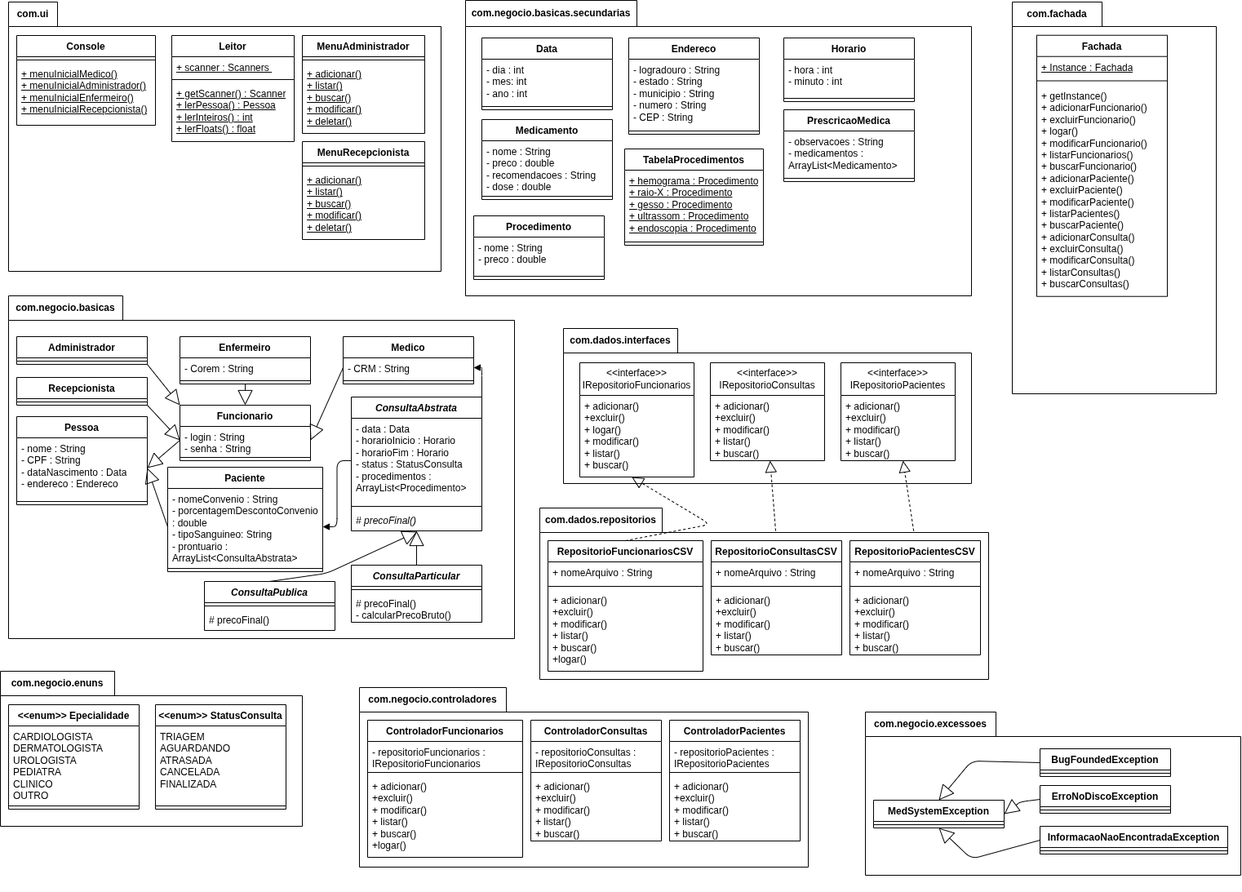
Earlier version of the draw.io export DiagramaUML.drawio.png (maxwilliamfs/MedSystem). Source tidied: cells renumbered, new cells last; positions are measured from the earlier drawing's top-left corner, leaving out a move shared by most shapes.
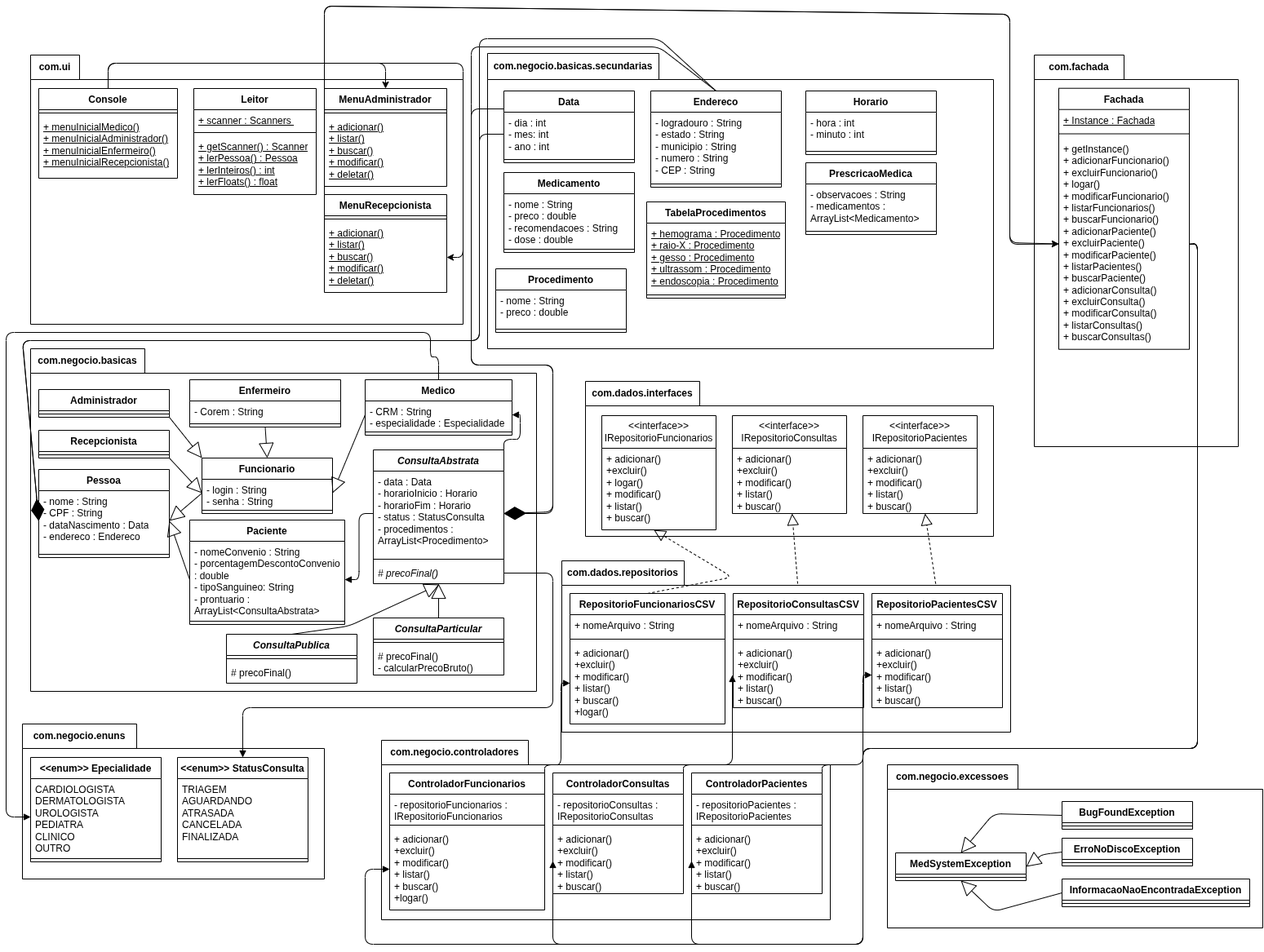
Later version of the same file.

Change to the diagram source:
```diff
@@ -185,22 +185,22 @@
       <mxGeometry y="60" width="160" height="8" as="geometry" />
     </mxCell>
     <mxCell id="60" value="Medico" style="swimlane;fontStyle=1;align=center;verticalAlign=top;horizontal=1;startSize=26;whiteSpace=wrap;html=1;" parent="45" vertex="1">
-      <mxGeometry x="420" width="160" height="58" as="geometry" />
+      <mxGeometry x="420" y="-12" width="180" height="68" as="geometry" />
     </mxCell>
-    <mxCell id="61" value="- CRM : String" style="text;strokeColor=none;fillColor=none;align=left;verticalAlign=top;spacingLeft=4;spacingRight=4;overflow=hidden;points=[[0,0.5],[1,0.5]];portConstraint=eastwest;whiteSpace=wrap;html=1;" parent="60" vertex="1">
-      <mxGeometry y="26" width="160" height="24" as="geometry" />
+    <mxCell id="61" value="&lt;div&gt;&lt;span style=&quot;color: rgb(0, 0, 0);&quot;&gt;- CRM : String&lt;/span&gt;&lt;/div&gt;&lt;span style=&quot;color: rgb(0, 0, 0);&quot;&gt;- especialidade : Especialidade&lt;/span&gt;" style="text;strokeColor=none;fillColor=none;align=left;verticalAlign=top;spacingLeft=4;spacingRight=4;overflow=hidden;points=[[0,0.5],[1,0.5]];portConstraint=eastwest;whiteSpace=wrap;html=1;" parent="60" vertex="1">
+      <mxGeometry y="26" width="180" height="34" as="geometry" />
     </mxCell>
     <mxCell id="62" style="line;strokeWidth=1;fillColor=none;align=left;verticalAlign=middle;spacingTop=-1;spacingLeft=3;spacingRight=3;labelPosition=right;strokeColor=inherit;" parent="60" vertex="1">
-      <mxGeometry y="50" width="160" height="8" as="geometry" />
+      <mxGeometry y="60" width="180" height="8" as="geometry" />
     </mxCell>
     <mxCell id="63" value="Enfermeiro" style="swimlane;fontStyle=1;align=center;verticalAlign=top;horizontal=1;startSize=26;whiteSpace=wrap;html=1;" parent="45" vertex="1">
-      <mxGeometry x="220" width="160" height="58" as="geometry" />
+      <mxGeometry x="205" y="-12" width="185" height="58" as="geometry" />
     </mxCell>
-    <mxCell id="64" value="- Corem : String" style="text;strokeColor=none;fillColor=none;align=left;verticalAlign=top;spacingLeft=4;spacingRight=4;overflow=hidden;whiteSpace=wrap;html=1;" parent="63" vertex="1">
-      <mxGeometry y="26" width="160" height="24" as="geometry" />
+    <mxCell id="64" value="&lt;font style=&quot;color: rgb(0, 0, 0);&quot;&gt;- Corem : String&lt;/font&gt;&lt;div&gt;&lt;br&gt;&lt;/div&gt;" style="text;strokeColor=none;fillColor=none;align=left;verticalAlign=top;spacingLeft=4;spacingRight=4;overflow=hidden;whiteSpace=wrap;html=1;" parent="63" vertex="1">
+      <mxGeometry y="26" width="185" height="24" as="geometry" />
     </mxCell>
     <mxCell id="65" style="line;strokeWidth=1;fillColor=none;align=left;verticalAlign=middle;spacingTop=-1;spacingLeft=3;spacingRight=3;labelPosition=right;strokeColor=inherit;" parent="63" vertex="1">
-      <mxGeometry y="50" width="160" height="8" as="geometry" />
+      <mxGeometry y="50" width="185" height="8" as="geometry" />
     </mxCell>
     <mxCell id="66" value="&lt;i&gt;&lt;font style=&quot;color: rgb(0, 0, 0);&quot;&gt;ConsultaAbstrata&lt;/font&gt;&lt;/i&gt;" style="swimlane;fontStyle=1;align=center;verticalAlign=top;horizontal=1;startSize=26;whiteSpace=wrap;html=1;" parent="45" vertex="1">
       <mxGeometry x="430" y="74" width="160" height="164" as="geometry" />
@@ -404,7 +404,7 @@
     <mxCell id="127" style="line;strokeWidth=1;fillColor=none;align=left;verticalAlign=middle;spacingTop=-1;spacingLeft=3;spacingRight=3;labelPosition=right;strokeColor=inherit;" parent="126" vertex="1">
       <mxGeometry y="26" width="230" height="8" as="geometry" />
     </mxCell>
-    <mxCell id="128" value="BugFoundedException" style="swimlane;fontStyle=1;align=center;verticalAlign=top;horizontal=1;startSize=26;whiteSpace=wrap;html=1;" parent="119" vertex="1">
+    <mxCell id="128" value="BugFoundException" style="swimlane;fontStyle=1;align=center;verticalAlign=top;horizontal=1;startSize=26;whiteSpace=wrap;html=1;" parent="119" vertex="1">
       <mxGeometry x="214" y="45" width="160" height="34" as="geometry" />
     </mxCell>
     <mxCell id="129" style="line;strokeWidth=1;fillColor=none;align=left;verticalAlign=middle;spacingTop=-1;spacingLeft=3;spacingRight=3;labelPosition=right;strokeColor=inherit;" parent="128" vertex="1">
@@ -463,6 +463,23 @@
     <mxCell id="142" value="&lt;font style=&quot;color: rgb(0, 0, 0);&quot;&gt;&lt;u&gt;+ adicionar()&lt;/u&gt;&lt;/font&gt;&lt;div&gt;&lt;font style=&quot;color: rgb(0, 0, 0);&quot;&gt;&lt;u&gt;+ listar()&lt;/u&gt;&lt;/font&gt;&lt;/div&gt;&lt;div&gt;&lt;font style=&quot;color: rgb(0, 0, 0);&quot;&gt;&lt;u&gt;+ buscar()&lt;/u&gt;&lt;/font&gt;&lt;/div&gt;&lt;div&gt;&lt;font style=&quot;color: rgb(0, 0, 0);&quot;&gt;&lt;u&gt;+ modificar()&lt;/u&gt;&lt;/font&gt;&lt;/div&gt;&lt;div&gt;&lt;font style=&quot;color: rgb(0, 0, 0);&quot;&gt;&lt;u&gt;+ deletar()&lt;/u&gt;&lt;/font&gt;&lt;/div&gt;&lt;div&gt;&lt;font style=&quot;color: rgb(0, 0, 0);&quot;&gt;&lt;u&gt;&lt;br&gt;&lt;/u&gt;&lt;/font&gt;&lt;/div&gt;&lt;div&gt;&lt;font style=&quot;color: rgb(0, 0, 0);&quot;&gt;&lt;u&gt;&lt;br&gt;&lt;/u&gt;&lt;/font&gt;&lt;/div&gt;&lt;div&gt;&lt;br&gt;&lt;/div&gt;" style="text;strokeColor=none;fillColor=none;align=left;verticalAlign=top;spacingLeft=4;spacingRight=4;overflow=hidden;whiteSpace=wrap;html=1;" parent="140" vertex="1">
       <mxGeometry y="34" width="150" height="86" as="geometry" />
     </mxCell>
+    <mxCell id="156" style="edgeStyle=none;html=1;exitX=0.5;exitY=0;exitDx=0;exitDy=0;entryX=0.5;entryY=0;entryDx=0;entryDy=0;" parent="133" edge="1" source="143" target="140">
+      <mxGeometry relative="1" as="geometry">
+        <Array as="points">
+          <mxPoint x="95" y="10" />
+          <mxPoint x="435" y="10" />
+        </Array>
+      </mxGeometry>
+    </mxCell>
+    <mxCell id="157" style="edgeStyle=none;html=1;exitX=0.5;exitY=0;exitDx=0;exitDy=0;entryX=1;entryY=0.5;entryDx=0;entryDy=0;" parent="133" edge="1" source="143" target="148">
+      <mxGeometry relative="1" as="geometry">
+        <Array as="points">
+          <mxPoint x="95" y="10" />
+          <mxPoint x="530" y="10" />
+          <mxPoint x="530" y="248" />
+        </Array>
+      </mxGeometry>
+    </mxCell>
     <mxCell id="143" value="Console" style="swimlane;fontStyle=1;align=center;verticalAlign=top;horizontal=1;startSize=26;whiteSpace=wrap;html=1;" parent="133" vertex="1">
       <mxGeometry x="10" y="41" width="170" height="110" as="geometry" />
     </mxCell>
@@ -504,5 +521,147 @@
     <mxCell id="155" value="&lt;div&gt;&lt;font style=&quot;color: rgb(0, 0, 0);&quot;&gt;+ getInstance()&lt;/font&gt;&lt;/div&gt;&lt;font style=&quot;color: rgb(0, 0, 0);&quot;&gt;+ adicionarFuncionario()&lt;/font&gt;&lt;div&gt;&lt;font style=&quot;color: rgb(0, 0, 0);&quot;&gt;+ excluirFuncionario()&lt;/font&gt;&lt;/div&gt;&lt;div&gt;&lt;font style=&quot;color: rgb(0, 0, 0);&quot;&gt;+ logar()&lt;/font&gt;&lt;/div&gt;&lt;div&gt;&lt;font style=&quot;color: rgb(0, 0, 0);&quot;&gt;+ modificarFuncionario()&lt;/font&gt;&lt;/div&gt;&lt;div&gt;&lt;font style=&quot;color: rgb(0, 0, 0);&quot;&gt;+ listarFuncionarios()&lt;/font&gt;&lt;/div&gt;&lt;div&gt;&lt;font style=&quot;color: rgb(0, 0, 0);&quot;&gt;+ buscarFuncionario()&lt;/font&gt;&lt;/div&gt;&lt;div&gt;&lt;font&gt;&lt;font style=&quot;color: rgb(0, 0, 0);&quot;&gt;+ adicionarPaciente()&lt;/font&gt;&lt;div style=&quot;scrollbar-color: rgb(226, 226, 226) rgb(251, 251, 251);&quot;&gt;&lt;font style=&quot;scrollbar-color: rgb(226, 226, 226) rgb(251, 251, 251); color: rgb(0, 0, 0);&quot;&gt;+ excluirPaciente()&lt;/font&gt;&lt;/div&gt;&lt;div style=&quot;scrollbar-color: rgb(226, 226, 226) rgb(251, 251, 251);&quot;&gt;&lt;font style=&quot;scrollbar-color: rgb(226, 226, 226) rgb(251, 251, 251); color: rgb(0, 0, 0);&quot;&gt;+ modificarPaciente()&lt;/font&gt;&lt;/div&gt;&lt;div style=&quot;scrollbar-color: rgb(226, 226, 226) rgb(251, 251, 251);&quot;&gt;&lt;font style=&quot;scrollbar-color: rgb(226, 226, 226) rgb(251, 251, 251); color: rgb(0, 0, 0);&quot;&gt;+ listarPacientes()&lt;/font&gt;&lt;/div&gt;&lt;div style=&quot;scrollbar-color: rgb(226, 226, 226) rgb(251, 251, 251);&quot;&gt;&lt;font style=&quot;scrollbar-color: rgb(226, 226, 226) rgb(251, 251, 251); color: rgb(0, 0, 0);&quot;&gt;+ buscarPaciente()&lt;/font&gt;&lt;/div&gt;&lt;div style=&quot;scrollbar-color: rgb(226, 226, 226) rgb(251, 251, 251);&quot;&gt;&lt;font style=&quot;scrollbar-color: rgb(226, 226, 226) rgb(251, 251, 251);&quot;&gt;&lt;font style=&quot;color: rgb(0, 0, 0);&quot;&gt;+ adicionarConsulta()&lt;/font&gt;&lt;div style=&quot;scrollbar-color: rgb(226, 226, 226) rgb(251, 251, 251);&quot;&gt;&lt;font style=&quot;scrollbar-color: rgb(226, 226, 226) rgb(251, 251, 251); color: rgb(0, 0, 0);&quot;&gt;+ excluirConsulta()&lt;/font&gt;&lt;/div&gt;&lt;div style=&quot;scrollbar-color: rgb(226, 226, 226) rgb(251, 251, 251);&quot;&gt;&lt;font style=&quot;scrollbar-color: rgb(226, 226, 226) rgb(251, 251, 251); color: rgb(0, 0, 0);&quot;&gt;+ modificarConsulta()&lt;/font&gt;&lt;/div&gt;&lt;div style=&quot;scrollbar-color: rgb(226, 226, 226) rgb(251, 251, 251);&quot;&gt;&lt;font style=&quot;scrollbar-color: rgb(226, 226, 226) rgb(251, 251, 251); color: rgb(0, 0, 0);&quot;&gt;+ listarConsultas()&lt;/font&gt;&lt;/div&gt;&lt;div style=&quot;scrollbar-color: rgb(226, 226, 226) rgb(251, 251, 251);&quot;&gt;&lt;font style=&quot;scrollbar-color: rgb(226, 226, 226) rgb(251, 251, 251); color: rgb(0, 0, 0);&quot;&gt;+ buscarConsultas()&lt;/font&gt;&lt;/div&gt;&lt;/font&gt;&lt;div style=&quot;color: light-dark(rgb(0, 0, 0), rgb(237, 237, 237)); scrollbar-color: rgb(226, 226, 226) rgb(251, 251, 251);&quot;&gt;&lt;br style=&quot;scrollbar-color: rgb(226, 226, 226) rgb(251, 251, 251);&quot;&gt;&lt;/div&gt;&lt;/div&gt;&lt;/font&gt;&lt;div&gt;&lt;br&gt;&lt;/div&gt;&lt;/div&gt;" style="text;strokeColor=none;fillColor=none;align=left;verticalAlign=top;spacingLeft=4;spacingRight=4;overflow=hidden;points=[[0,0.5],[1,0.5]];portConstraint=eastwest;whiteSpace=wrap;html=1;" parent="152" vertex="1">
       <mxGeometry y="61.6" width="160" height="258.4" as="geometry" />
     </mxCell>
+    <mxCell id="158" style="endArrow=diamondThin;endFill=1;endSize=24;html=1;entryX=0;entryY=0.5;entryDx=0;entryDy=0;exitX=0;exitY=0.5;exitDx=0;exitDy=0;" parent="1" edge="1" source="6" target="48">
+      <mxGeometry relative="1" as="geometry">
+        <Array as="points">
+          <mxPoint x="560" y="99" />
+          <mxPoint x="560" y="352" />
+          <mxPoint y="352" />
+        </Array>
+      </mxGeometry>
+    </mxCell>
+    <mxCell id="159" style="endArrow=diamondThin;endFill=1;endSize=24;html=1;entryX=0;entryY=0.5;entryDx=0;entryDy=0;exitX=0.5;exitY=0;exitDx=0;exitDy=0;" parent="1" edge="1" source="8" target="48">
+      <mxGeometry relative="1" as="geometry">
+        <Array as="points">
+          <mxPoint x="780" y="-18" />
+          <mxPoint x="560" y="-18" />
+          <mxPoint x="560" y="352" />
+          <mxPoint y="352" />
+        </Array>
+      </mxGeometry>
+    </mxCell>
+    <mxCell id="160" style="endArrow=diamondThin;endFill=1;endSize=24;html=1;entryX=1;entryY=0.5;entryDx=0;entryDy=0;exitX=0;exitY=0.25;exitDx=0;exitDy=0;" parent="1" edge="1" source="5" target="67">
+      <mxGeometry relative="1" as="geometry">
+        <Array as="points">
+          <mxPoint x="550" y="68" />
+          <mxPoint x="550" y="382" />
+          <mxPoint x="650" y="382" />
+          <mxPoint x="650" y="564" />
+        </Array>
+      </mxGeometry>
+    </mxCell>
+    <mxCell id="161" style="endArrow=diamondThin;endFill=1;endSize=24;html=1;entryX=1;entryY=0.5;entryDx=0;entryDy=0;exitX=0.5;exitY=0;exitDx=0;exitDy=0;" parent="1" edge="1" source="8" target="67">
+      <mxGeometry relative="1" as="geometry">
+        <Array as="points">
+          <mxPoint x="780" y="-8" />
+          <mxPoint x="550" y="-8" />
+          <mxPoint x="550" y="72" />
+          <mxPoint x="550" y="382" />
+          <mxPoint x="650" y="382" />
+          <mxPoint x="650" y="562" />
+        </Array>
+      </mxGeometry>
+    </mxCell>
+    <mxCell id="162" style="endArrow=block;endFill=1;html=1;edgeStyle=orthogonalEdgeStyle;align=left;verticalAlign=top;exitX=1;exitY=0.5;exitDx=0;exitDy=0;entryX=0.5;entryY=0;entryDx=0;entryDy=0;" parent="1" edge="1" source="69" target="31">
+      <mxGeometry x="-1" relative="1" as="geometry">
+        <Array as="points">
+          <mxPoint x="650" y="637" />
+          <mxPoint x="650" y="802" />
+          <mxPoint x="270" y="802" />
+        </Array>
+      </mxGeometry>
+    </mxCell>
+    <mxCell id="163" style="endArrow=block;endFill=1;html=1;edgeStyle=orthogonalEdgeStyle;align=left;verticalAlign=top;entryX=0;entryY=0.5;entryDx=0;entryDy=0;exitX=0.5;exitY=0;exitDx=0;exitDy=0;" parent="1" edge="1" source="60" target="29">
+      <mxGeometry x="-1" relative="1" as="geometry">
+        <Array as="points">
+          <mxPoint x="510" y="372" />
+          <mxPoint x="500" y="372" />
+          <mxPoint x="500" y="342" />
+          <mxPoint x="-20" y="342" />
+          <mxPoint x="-20" y="936" />
+        </Array>
+      </mxGeometry>
+    </mxCell>
+    <mxCell id="164" style="endArrow=block;endFill=1;html=1;edgeStyle=orthogonalEdgeStyle;align=left;verticalAlign=top;exitX=1;exitY=0.5;exitDx=0;exitDy=0;entryX=0;entryY=0.5;entryDx=0;entryDy=0;" parent="1" edge="1" source="155" target="118">
+      <mxGeometry x="-1" relative="1" as="geometry">
+        <Array as="points">
+          <mxPoint x="1440" y="233" />
+          <mxPoint x="1440" y="852" />
+          <mxPoint x="1030" y="852" />
+          <mxPoint x="1030" y="1092" />
+          <mxPoint x="420" y="1092" />
+          <mxPoint x="420" y="1000" />
+        </Array>
+      </mxGeometry>
+    </mxCell>
+    <mxCell id="165" style="endArrow=block;endFill=1;html=1;edgeStyle=orthogonalEdgeStyle;align=left;verticalAlign=top;exitX=1;exitY=0.5;exitDx=0;exitDy=0;entryX=0;entryY=0.5;entryDx=0;entryDy=0;" parent="1" edge="1" target="114">
+      <mxGeometry x="-1" relative="1" as="geometry">
+        <mxPoint x="1430" y="234" as="sourcePoint" />
+        <Array as="points">
+          <mxPoint x="1440" y="233" />
+          <mxPoint x="1440" y="852" />
+          <mxPoint x="1030" y="852" />
+          <mxPoint x="1030" y="1092" />
+          <mxPoint x="650" y="1092" />
+        </Array>
+      </mxGeometry>
+    </mxCell>
+    <mxCell id="166" style="endArrow=block;endFill=1;html=1;edgeStyle=orthogonalEdgeStyle;align=left;verticalAlign=top;exitX=1;exitY=0.5;exitDx=0;exitDy=0;entryX=0;entryY=0.5;entryDx=0;entryDy=0;" parent="1" edge="1" target="110">
+      <mxGeometry x="-1" relative="1" as="geometry">
+        <mxPoint x="1430" y="234" as="sourcePoint" />
+        <Array as="points">
+          <mxPoint x="1440" y="233" />
+          <mxPoint x="1440" y="852" />
+          <mxPoint x="1030" y="852" />
+          <mxPoint x="1030" y="1092" />
+          <mxPoint x="820" y="1092" />
+        </Array>
+      </mxGeometry>
+    </mxCell>
+    <mxCell id="167" style="endArrow=block;endFill=1;html=1;edgeStyle=orthogonalEdgeStyle;align=left;verticalAlign=top;exitX=1;exitY=0;exitDx=0;exitDy=0;entryX=0;entryY=0.5;entryDx=0;entryDy=0;" parent="1" edge="1" source="115" target="102">
+      <mxGeometry x="-1" relative="1" as="geometry">
+        <Array as="points">
+          <mxPoint x="640" y="872" />
+          <mxPoint x="660" y="872" />
+          <mxPoint x="660" y="772" />
+        </Array>
+      </mxGeometry>
+    </mxCell>
+    <mxCell id="168" style="endArrow=block;endFill=1;html=1;edgeStyle=orthogonalEdgeStyle;align=left;verticalAlign=top;exitX=1;exitY=0;exitDx=0;exitDy=0;entryX=0;entryY=0.5;entryDx=0;entryDy=0;" parent="1" edge="1" source="111" target="98">
+      <mxGeometry x="-1" relative="1" as="geometry">
+        <Array as="points">
+          <mxPoint x="810" y="872" />
+          <mxPoint x="870" y="872" />
+          <mxPoint x="870" y="762" />
+        </Array>
+      </mxGeometry>
+    </mxCell>
+    <mxCell id="169" style="endArrow=block;endFill=1;html=1;edgeStyle=orthogonalEdgeStyle;align=left;verticalAlign=top;exitX=1;exitY=0;exitDx=0;exitDy=0;entryX=0;entryY=0.5;entryDx=0;entryDy=0;" parent="1" edge="1" source="107" target="94">
+      <mxGeometry x="-1" relative="1" as="geometry">
+        <Array as="points">
+          <mxPoint x="980" y="872" />
+          <mxPoint x="1030" y="872" />
+          <mxPoint x="1030" y="762" />
+        </Array>
+      </mxGeometry>
+    </mxCell>
+    <mxCell id="170" style="edgeStyle=none;html=1;exitX=0;exitY=0;exitDx=0;exitDy=0;entryX=0;entryY=0.5;entryDx=0;entryDy=0;" parent="1" edge="1" source="140" target="155">
+      <mxGeometry relative="1" as="geometry">
+        <Array as="points">
+          <mxPoint x="370" y="-58" />
+          <mxPoint x="1210" y="-48" />
+          <mxPoint x="1210" y="232" />
+        </Array>
+      </mxGeometry>
+    </mxCell>
+    <mxCell id="171" style="edgeStyle=none;html=1;exitX=0;exitY=0;exitDx=0;exitDy=0;entryX=0;entryY=0.5;entryDx=0;entryDy=0;" parent="1" edge="1" source="146" target="155">
+      <mxGeometry relative="1" as="geometry">
+        <Array as="points">
+          <mxPoint x="370" y="-58" />
+          <mxPoint x="1210" y="-48" />
+          <mxPoint x="1210" y="234" />
+        </Array>
+      </mxGeometry>
+    </mxCell>
   </root>
 </mxGraphModel>
```
